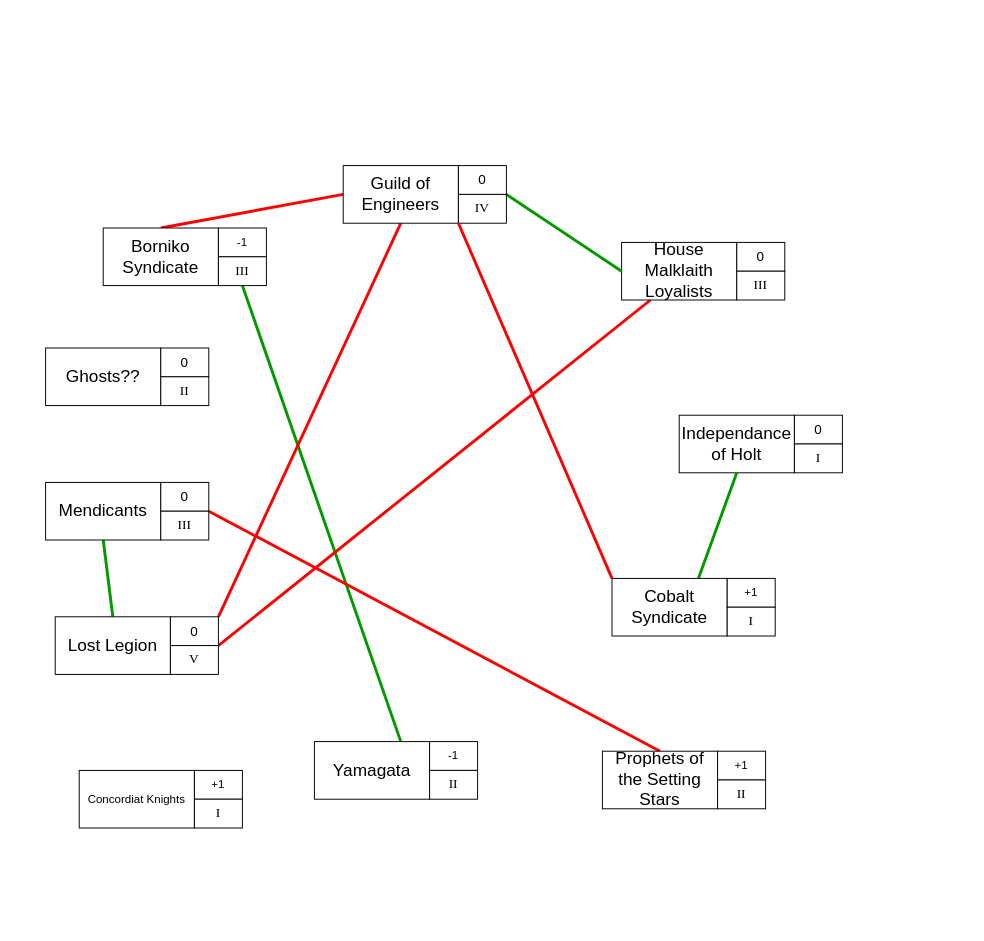
decyne/rpg-prep keeps this draw.io diagram as SaV_Season2.drawio. Above is the earlier version. Source tidied: cells renumbered, new cells numbered last; positions are measured from the earlier drawing's top-left corner, leaving out a move shared by most shapes. Both pictures are drawn from the tidied source at 96%, with x=0, y=0 at pixel (45, 165).
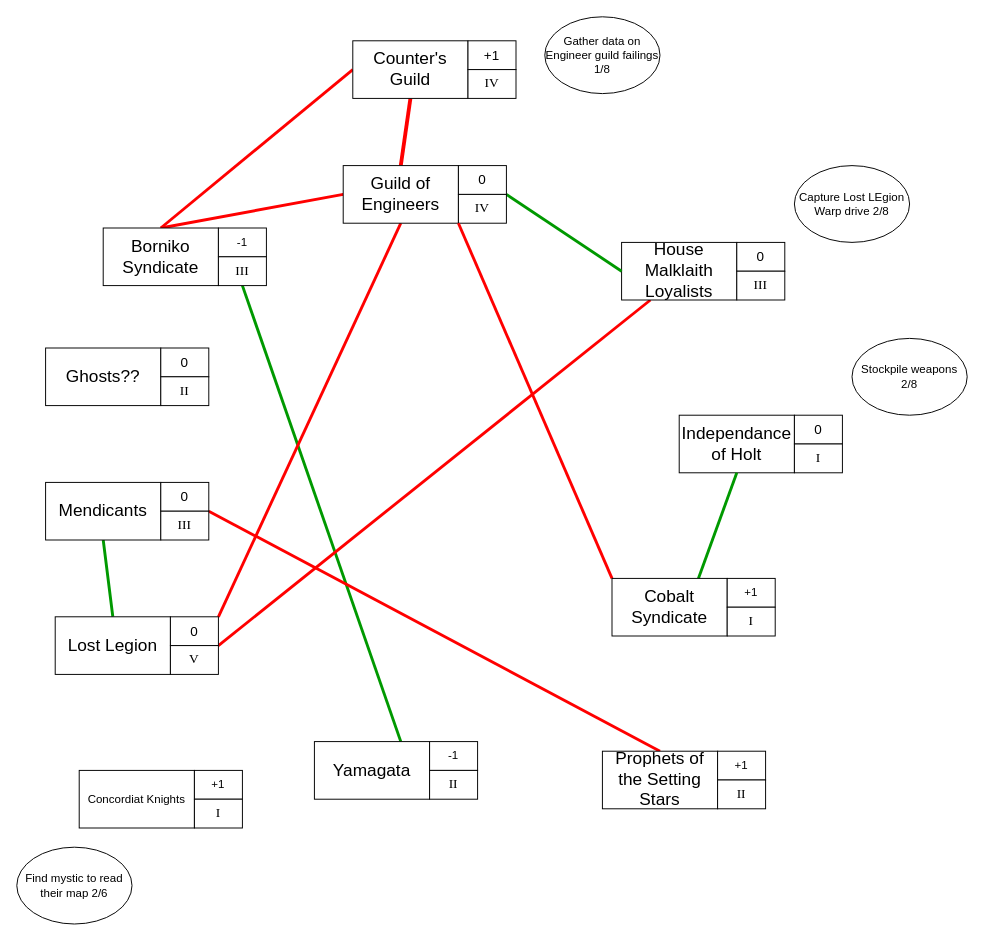
After the change.

The change refers to these unchanged cells:
```xml
<mxCell id="3" value="&lt;font style=&quot;font-size: 18px&quot;&gt;Borniko Syndicate&lt;/font&gt;" style="rounded=0;whiteSpace=wrap;html=1;" parent="1" vertex="1">
  <mxGeometry x="60" y="65" width="120" height="60" as="geometry" />
</mxCell>
<mxCell id="23" value="&lt;span style=&quot;font-size: 18px&quot;&gt;Guild of Engineers&lt;/span&gt;" style="rounded=0;whiteSpace=wrap;html=1;" parent="1" vertex="1">
  <mxGeometry x="310" width="120" height="60" as="geometry" />
</mxCell>
```

Change to the diagram source:
```diff
@@
+    <mxCell id="44" style="rounded=0;jettySize=auto;html=1;exitX=0.5;exitY=0;exitDx=0;exitDy=0;entryX=0;entryY=0.5;entryDx=0;entryDy=0;fillColor=#f8cecc;strokeColor=#FF0000;endArrow=none;endFill=0;strokeWidth=3;" parent="1" edge="1" source="3" target="47">
+      <mxGeometry relative="1" as="geometry" />
+    </mxCell>
@@
+    <mxCell id="45" style="edgeStyle=none;rounded=0;jettySize=auto;html=1;exitX=0.5;exitY=0;exitDx=0;exitDy=0;entryX=0.5;entryY=1;entryDx=0;entryDy=0;endArrow=none;endFill=0;strokeWidth=4;strokeColor=#FF0000;" parent="1" edge="1" source="23" target="47">
+      <mxGeometry relative="1" as="geometry" />
+    </mxCell>
@@
+    <mxCell id="46" value="Find mystic to read their map 2/6" style="ellipse;whiteSpace=wrap;html=1;" parent="1" vertex="1">
+      <mxGeometry x="-30" y="710" width="120" height="80" as="geometry" />
+    </mxCell>
+    <mxCell id="47" value="&lt;span style=&quot;font-size: 18px&quot;&gt;Counter's Guild&lt;/span&gt;" style="rounded=0;whiteSpace=wrap;html=1;" parent="1" vertex="1">
+      <mxGeometry x="320" y="-130" width="120" height="60" as="geometry" />
+    </mxCell>
+    <mxCell id="48" value="&lt;font style=&quot;font-size: 14px&quot;&gt;+1&lt;/font&gt;" style="rounded=0;whiteSpace=wrap;html=1;" parent="1" vertex="1">
+      <mxGeometry x="440" y="-130" width="50" height="30" as="geometry" />
+    </mxCell>
+    <mxCell id="49" value="&lt;font face=&quot;Times New Roman&quot; style=&quot;font-size: 14px&quot;&gt;IV&lt;/font&gt;" style="rounded=0;whiteSpace=wrap;html=1;" parent="1" vertex="1">
+      <mxGeometry x="440" y="-100" width="50" height="30" as="geometry" />
+    </mxCell>
+    <mxCell id="50" value="Gather data on Engineer guild failings 1/8" style="ellipse;whiteSpace=wrap;html=1;" parent="1" vertex="1">
+      <mxGeometry x="520" y="-155" width="120" height="80" as="geometry" />
+    </mxCell>
+    <mxCell id="51" value="Stockpile weapons 2/8" style="ellipse;whiteSpace=wrap;html=1;" parent="1" vertex="1">
+      <mxGeometry x="840" y="180" width="120" height="80" as="geometry" />
+    </mxCell>
+    <mxCell id="52" value="Capture Lost LEgion Warp drive 2/8" style="ellipse;whiteSpace=wrap;html=1;" parent="1" vertex="1">
+      <mxGeometry x="780" width="120" height="80" as="geometry" />
+    </mxCell>
```
